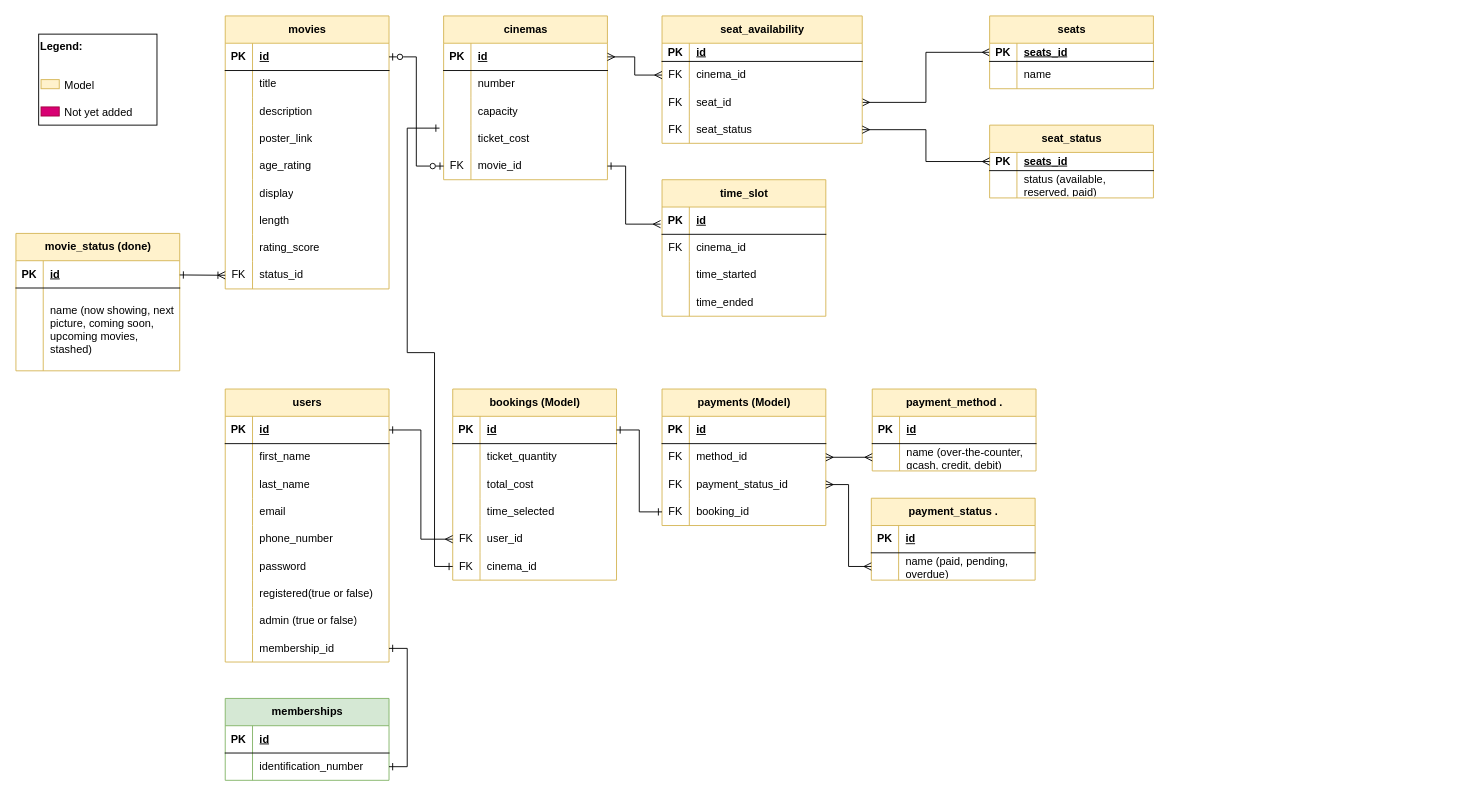
The draw.io diagram page "Page-2" (2 of 2) of FLICKS.drawio in SammDumpingStation/FLICKS-Movie-Ticket-Booking-System, before the edit. Source tidied: cells renumbered, new cells numbered last; positions are measured from the earlier drawing's top-left corner, leaving out a move shared by most shapes. Both pictures are drawn from the tidied source at 91%, with x=0, y=0 at pixel (15, 15).
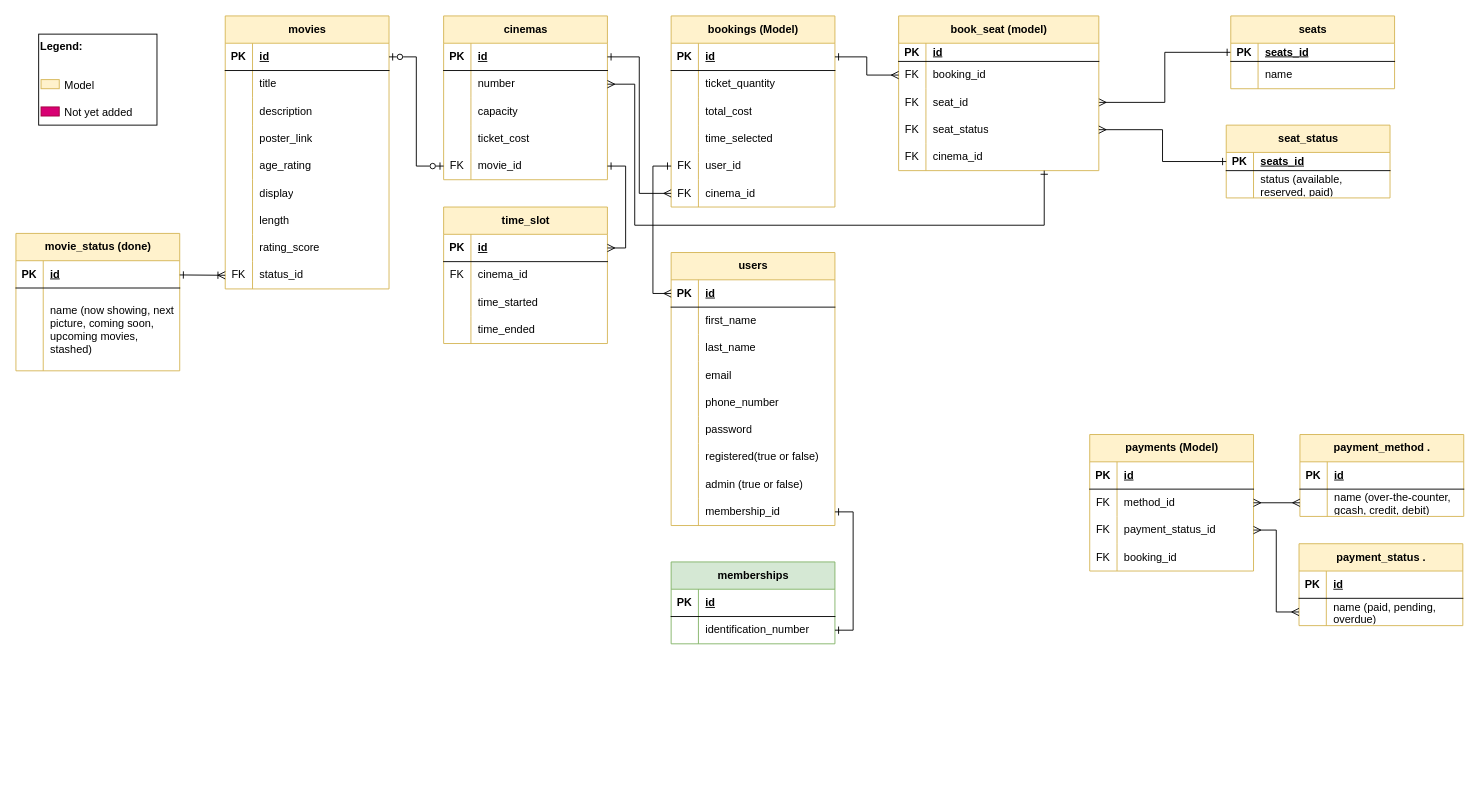
The same diagram, later.

Commit message:
Flicks ERD Revision

The change refers to these unchanged cells:
```xml
<mxCell id="31" style="shape=tableRow;horizontal=0;startSize=0;swimlaneHead=0;swimlaneBody=0;fillColor=none;points=[[0,0.5],[1,0.5]];portConstraint=eastwest;top=0;left=0;right=0;bottom=1;" parent="30" vertex="1">
  <mxGeometry y="30" width="180" height="30" as="geometry" />
</mxCell>
<mxCell id="55" style="shape=tableRow;horizontal=0;startSize=0;swimlaneHead=0;swimlaneBody=0;fillColor=none;points=[[0,0.5],[1,0.5]];portConstraint=eastwest;top=0;left=0;right=0;bottom=0;" parent="30" vertex="1">
  <mxGeometry y="270" width="180" height="30" as="geometry" />
</mxCell>
<mxCell id="68" style="shape=tableRow;horizontal=0;startSize=0;swimlaneHead=0;swimlaneBody=0;fillColor=none;points=[[0,0.5],[1,0.5]];portConstraint=eastwest;top=0;left=0;right=0;bottom=0;" parent="58" vertex="1">
  <mxGeometry y="120" width="180" height="30" as="geometry" />
</mxCell>
<mxCell id="72" style="shape=tableRow;horizontal=0;startSize=0;swimlaneHead=0;swimlaneBody=0;fillColor=none;points=[[0,0.5],[1,0.5]];portConstraint=eastwest;top=0;left=0;right=0;bottom=1;" parent="71" vertex="1">
  <mxGeometry y="30" width="180" height="30" as="geometry" />
</mxCell>
<mxCell id="75" style="shape=tableRow;horizontal=0;startSize=0;swimlaneHead=0;swimlaneBody=0;fillColor=none;points=[[0,0.5],[1,0.5]];portConstraint=eastwest;top=0;left=0;right=0;bottom=0;" parent="71" vertex="1">
  <mxGeometry y="60" width="180" height="30" as="geometry" />
</mxCell>
<mxCell id="81" style="shape=tableRow;horizontal=0;startSize=0;swimlaneHead=0;swimlaneBody=0;fillColor=none;points=[[0,0.5],[1,0.5]];portConstraint=eastwest;top=0;left=0;right=0;bottom=0;" parent="71" vertex="1">
  <mxGeometry y="120" width="180" height="30" as="geometry" />
</mxCell>
<mxCell id="84" style="shape=tableRow;horizontal=0;startSize=0;swimlaneHead=0;swimlaneBody=0;fillColor=none;points=[[0,0.5],[1,0.5]];portConstraint=eastwest;top=0;left=0;right=0;bottom=0;" parent="71" vertex="1">
  <mxGeometry y="150" width="180" height="30" as="geometry" />
</mxCell>
<mxCell id="88" style="shape=tableRow;horizontal=0;startSize=0;swimlaneHead=0;swimlaneBody=0;fillColor=none;points=[[0,0.5],[1,0.5]];portConstraint=eastwest;top=0;left=0;right=0;bottom=1;" parent="87" vertex="1">
  <mxGeometry y="30" width="180" height="30" as="geometry" />
</mxCell>
<mxCell id="100" style="shape=tableRow;horizontal=0;startSize=0;swimlaneHead=0;swimlaneBody=0;fillColor=none;points=[[0,0.5],[1,0.5]];portConstraint=eastwest;top=0;left=0;right=0;bottom=0;" parent="87" vertex="1">
  <mxGeometry y="150" width="180" height="30" as="geometry" />
</mxCell>
<mxCell id="103" style="shape=tableRow;horizontal=0;startSize=0;swimlaneHead=0;swimlaneBody=0;fillColor=none;points=[[0,0.5],[1,0.5]];portConstraint=eastwest;top=0;left=0;right=0;bottom=0;" parent="87" vertex="1">
  <mxGeometry y="180" width="180" height="30" as="geometry" />
</mxCell>
<mxCell id="125" style="shape=tableRow;horizontal=0;startSize=0;swimlaneHead=0;swimlaneBody=0;fillColor=none;points=[[0,0.5],[1,0.5]];portConstraint=eastwest;top=0;left=0;right=0;bottom=0;" parent="121" vertex="1">
  <mxGeometry y="60" width="180" height="30" as="geometry" />
</mxCell>
<mxCell id="143" style="shape=tableRow;horizontal=0;startSize=0;swimlaneHead=0;swimlaneBody=0;fillColor=none;points=[[0,0.5],[1,0.5]];portConstraint=eastwest;top=0;left=0;right=0;bottom=1;" parent="142" vertex="1">
  <mxGeometry y="30" width="180" height="30" as="geometry" />
</mxCell>
<mxCell id="159" style="shape=tableRow;horizontal=0;startSize=0;swimlaneHead=0;swimlaneBody=0;fillColor=none;points=[[0,0.5],[1,0.5]];portConstraint=eastwest;top=0;left=0;right=0;bottom=0;" parent="155" vertex="1">
  <mxGeometry y="50" width="220" height="30" as="geometry" />
</mxCell>
<mxCell id="162" style="shape=tableRow;horizontal=0;startSize=0;swimlaneHead=0;swimlaneBody=0;fillColor=none;points=[[0,0.5],[1,0.5]];portConstraint=eastwest;top=0;left=0;right=0;bottom=0;" parent="155" vertex="1">
  <mxGeometry y="80" width="220" height="30" as="geometry" />
</mxCell>
<mxCell id="165" style="shape=tableRow;horizontal=0;startSize=0;swimlaneHead=0;swimlaneBody=0;fillColor=none;points=[[0,0.5],[1,0.5]];portConstraint=eastwest;top=0;left=0;right=0;bottom=0;" parent="155" vertex="1">
  <mxGeometry y="110" width="220" height="30" as="geometry" />
</mxCell>
<mxCell id="169" style="shape=tableRow;horizontal=0;startSize=0;swimlaneHead=0;swimlaneBody=0;fillColor=none;points=[[0,0.5],[1,0.5]];portConstraint=eastwest;top=0;left=0;right=0;bottom=1;" parent="168" vertex="1">
  <mxGeometry y="30" width="180" height="20" as="geometry" />
</mxCell>
```

The edit, as a diff of the source:
```diff
@@
     <mxCell id="30" value="users" style="shape=table;startSize=30;childLayout=tableLayout;rowLines=0;fontStyle=1;align=center;html=1;fillColor=#fff2cc;strokeColor=#d6b656;" parent="1" vertex="1">
-      <mxGeometry x="230" y="410" width="180" height="300" as="geometry" />
+      <mxGeometry x="720" y="260" width="180" height="300" as="geometry" />
     </mxCell>
@@
     <mxCell id="58" value="payments (Model)" style="shape=table;startSize=30;childLayout=tableLayout;rowLines=0;fontStyle=1;align=center;html=1;fillColor=#fff2cc;strokeColor=#d6b656;" parent="1" vertex="1">
-      <mxGeometry x="710" y="410" width="180" height="150" as="geometry" />
+      <mxGeometry x="1180" y="460" width="180" height="150" as="geometry" />
     </mxCell>
@@
     <mxCell id="87" value="bookings (Model)" style="shape=table;startSize=30;childLayout=tableLayout;rowLines=0;fontStyle=1;align=center;html=1;fillColor=#fff2cc;strokeColor=#d6b656;" parent="1" vertex="1">
-      <mxGeometry x="480" y="410" width="180" height="210" as="geometry" />
+      <mxGeometry x="720" width="180" height="210" as="geometry" />
     </mxCell>
@@
-    <mxCell id="106" style="edgeStyle=orthogonalEdgeStyle;rounded=0;jettySize=auto;html=1;entryX=1;entryY=0.5;entryDx=0;entryDy=0;endArrow=ERmany;endFill=0;startArrow=ERmany;startFill=0;" parent="1" edge="1" source="107" target="162">
+    <mxCell id="106" style="edgeStyle=orthogonalEdgeStyle;rounded=0;jettySize=auto;html=1;entryX=1;entryY=0.5;entryDx=0;entryDy=0;endArrow=ERmany;endFill=0;startArrow=ERone;startFill=0;" parent="1" edge="1" source="107" target="162">
       <mxGeometry relative="1" as="geometry" />
     </mxCell>
     <mxCell id="107" value="seats" style="shape=table;startSize=30;childLayout=tableLayout;rowLines=0;fontStyle=1;align=center;html=1;fillColor=#fff2cc;strokeColor=#d6b656;" parent="1" vertex="1">
-      <mxGeometry x="1070" width="180" height="80" as="geometry" />
+      <mxGeometry x="1335" width="180" height="80" as="geometry" />
     </mxCell>
@@
     <mxCell id="121" value="memberships" style="shape=table;startSize=30;childLayout=tableLayout;rowLines=0;fontStyle=1;align=center;html=1;fillColor=#d5e8d4;strokeColor=#82b366;" parent="1" vertex="1">
-      <mxGeometry x="230" y="750" width="180" height="90" as="geometry" />
+      <mxGeometry x="720" y="600" width="180" height="90" as="geometry" />
     </mxCell>
@@
     <mxCell id="128" value="payment_status ." style="shape=table;startSize=30;childLayout=tableLayout;rowLines=0;fontStyle=1;align=center;html=1;fillColor=#fff2cc;strokeColor=#d6b656;" parent="1" vertex="1">
-      <mxGeometry x="940" y="530" width="180" height="90" as="geometry" />
+      <mxGeometry x="1410" y="580" width="180" height="90" as="geometry" />
     </mxCell>
@@
     <mxCell id="135" value="payment_method ." style="shape=table;startSize=30;childLayout=tableLayout;rowLines=0;fontStyle=1;align=center;html=1;fillColor=#fff2cc;strokeColor=#d6b656;" parent="1" vertex="1">
-      <mxGeometry x="941" y="410" width="180" height="90" as="geometry" />
+      <mxGeometry x="1411" y="460" width="180" height="90" as="geometry" />
     </mxCell>
@@
     <mxCell id="142" value="time_slot" style="shape=table;startSize=30;childLayout=tableLayout;rowLines=0;fontStyle=1;align=center;html=1;fillColor=#fff2cc;strokeColor=#d6b656;" parent="1" vertex="1">
-      <mxGeometry x="710" y="180" width="180" height="150" as="geometry" />
+      <mxGeometry x="470" y="210" width="180" height="150" as="geometry" />
     </mxCell>
@@
-    <mxCell id="155" value="seat_availability" style="shape=table;startSize=30;childLayout=tableLayout;rowLines=0;fontStyle=1;align=center;html=1;fillColor=#fff2cc;strokeColor=#d6b656;" parent="1" vertex="1">
-      <mxGeometry x="710" width="220" height="140" as="geometry" />
+    <mxCell id="155" value="book_seat (model)" style="shape=table;startSize=30;childLayout=tableLayout;rowLines=0;fontStyle=1;align=center;html=1;fillColor=#fff2cc;strokeColor=#d6b656;" parent="1" vertex="1">
+      <mxGeometry x="970" width="220" height="170" as="geometry" />
     </mxCell>
@@
-    <mxCell id="161" value="cinema_id" style="shape=partialRectangle;fillColor=none;top=0;left=0;bottom=0;right=0;align=left;spacingLeft=6;overflow=hidden;whiteSpace=wrap;html=1;" parent="159" vertex="1">
+    <mxCell id="161" value="booking_id" style="shape=partialRectangle;fillColor=none;top=0;left=0;bottom=0;right=0;align=left;spacingLeft=6;overflow=hidden;whiteSpace=wrap;html=1;" parent="159" vertex="1">
       <mxGeometry x="30" width="190" height="30" as="geometry" />
     </mxCell>
@@
+    <mxCell id="191" style="shape=tableRow;horizontal=0;startSize=0;swimlaneHead=0;swimlaneBody=0;fillColor=none;points=[[0,0.5],[1,0.5]];portConstraint=eastwest;top=0;left=0;right=0;bottom=0;" parent="155" vertex="1">
+      <mxGeometry y="140" width="220" height="30" as="geometry" />
+    </mxCell>
+    <mxCell id="192" value="FK" style="shape=partialRectangle;fillColor=none;top=0;left=0;bottom=0;right=0;overflow=hidden;whiteSpace=wrap;html=1;" parent="191" vertex="1">
+      <mxGeometry width="30" height="30" as="geometry" />
+    </mxCell>
+    <mxCell id="193" value="cinema_id" style="shape=partialRectangle;fillColor=none;top=0;left=0;bottom=0;right=0;align=left;spacingLeft=6;overflow=hidden;whiteSpace=wrap;html=1;" parent="191" vertex="1">
+      <mxGeometry x="30" width="190" height="30" as="geometry" />
+    </mxCell>
     <mxCell id="168" value="seat_status" style="shape=table;startSize=30;childLayout=tableLayout;rowLines=0;fontStyle=1;align=center;html=1;fillColor=#fff2cc;strokeColor=#d6b656;" parent="1" vertex="1">
-      <mxGeometry x="1070" y="120" width="180" height="80" as="geometry" />
+      <mxGeometry x="1330" y="120" width="180" height="80" as="geometry" />
     </mxCell>
@@
-    <mxCell id="177" style="edgeStyle=orthogonalEdgeStyle;rounded=0;jettySize=auto;html=1;entryX=0;entryY=0.5;entryDx=0;entryDy=0;endArrow=ERmany;endFill=0;startArrow=ERmany;startFill=0;" parent="1" edge="1" source="72" target="159">
-      <mxGeometry relative="1" as="geometry" />
-    </mxCell>
@@
-    <mxCell id="179" style="edgeStyle=orthogonalEdgeStyle;rounded=0;jettySize=auto;html=1;entryX=1;entryY=0.5;entryDx=0;entryDy=0;startArrow=ERmany;startFill=0;endArrow=ERmany;endFill=0;" parent="1" edge="1" source="169" target="165">
+    <mxCell id="179" style="edgeStyle=orthogonalEdgeStyle;rounded=0;jettySize=auto;html=1;entryX=1;entryY=0.5;entryDx=0;entryDy=0;startArrow=ERone;startFill=0;endArrow=ERmany;endFill=0;" parent="1" edge="1" source="169" target="165">
       <mxGeometry relative="1" as="geometry" />
     </mxCell>
     <mxCell id="180" style="edgeStyle=orthogonalEdgeStyle;rounded=0;jettySize=auto;html=1;entryX=1;entryY=0.5;entryDx=0;entryDy=0;startArrow=ERone;startFill=0;endArrow=ERone;endFill=0;" parent="1" edge="1" source="125" target="55">
       <mxGeometry relative="1" as="geometry">
         <Array as="points">
-          <mxPoint x="430" y="825" />
-          <mxPoint x="430" y="695" />
+          <mxPoint x="920" y="675" />
+          <mxPoint x="920" y="545" />
         </Array>
       </mxGeometry>
     </mxCell>
-    <mxCell id="181" style="edgeStyle=orthogonalEdgeStyle;rounded=0;jettySize=auto;html=1;entryX=0;entryY=0.5;entryDx=0;entryDy=0;endArrow=ERmany;endFill=0;startArrow=ERone;startFill=0;" parent="1" edge="1" source="31" target="100">
-      <mxGeometry relative="1" as="geometry" />
-    </mxCell>
-    <mxCell id="182" style="edgeStyle=orthogonalEdgeStyle;rounded=0;jettySize=auto;html=1;entryX=1;entryY=0.5;entryDx=0;entryDy=0;endArrow=ERone;endFill=0;startArrow=ERone;startFill=0;" parent="1" edge="1" source="68" target="88">
-      <mxGeometry relative="1" as="geometry" />
-    </mxCell>
@@
-    <mxCell id="185" style="edgeStyle=orthogonalEdgeStyle;rounded=0;jettySize=auto;html=1;entryX=-0.025;entryY=0.11;entryDx=0;entryDy=0;entryPerimeter=0;endArrow=ERone;endFill=0;startArrow=ERone;startFill=0;" parent="1" edge="1" source="103" target="81">
-      <mxGeometry relative="1" as="geometry">
-        <Array as="points">
-          <mxPoint x="460" y="605" />
-          <mxPoint x="460" y="370" />
-          <mxPoint x="430" y="370" />
-          <mxPoint x="430" y="123" />
-        </Array>
-      </mxGeometry>
-    </mxCell>
@@
-    <mxCell id="190" style="edgeStyle=orthogonalEdgeStyle;rounded=0;jettySize=auto;html=1;entryX=-0.009;entryY=0.627;entryDx=0;entryDy=0;endArrow=ERmany;endFill=0;startArrow=ERone;startFill=0;exitX=1;exitY=0.5;exitDx=0;exitDy=0;entryPerimeter=0;" parent="1" edge="1" source="84" target="143">
+    <mxCell id="190" style="edgeStyle=orthogonalEdgeStyle;rounded=0;jettySize=auto;html=1;entryX=1;entryY=0.5;entryDx=0;entryDy=0;endArrow=ERmany;endFill=0;startArrow=ERone;startFill=0;exitX=1;exitY=0.5;exitDx=0;exitDy=0;" parent="1" edge="1" source="84" target="143">
       <mxGeometry relative="1" as="geometry">
         <Array as="points">
           <mxPoint x="670" y="165" />
-          <mxPoint x="670" y="229" />
+          <mxPoint x="670" y="255" />
         </Array>
       </mxGeometry>
     </mxCell>
+    <mxCell id="194" style="edgeStyle=orthogonalEdgeStyle;rounded=0;jettySize=auto;html=1;entryX=0;entryY=0.5;entryDx=0;entryDy=0;startArrow=ERone;startFill=0;endArrow=ERmany;endFill=0;" parent="1" edge="1" source="72" target="103">
+      <mxGeometry relative="1" as="geometry" />
+    </mxCell>
+    <mxCell id="195" style="edgeStyle=orthogonalEdgeStyle;rounded=0;jettySize=auto;html=1;entryX=0;entryY=0.5;entryDx=0;entryDy=0;startArrow=ERone;startFill=0;endArrow=ERmany;endFill=0;" parent="1" edge="1" source="100" target="31">
+      <mxGeometry relative="1" as="geometry" />
+    </mxCell>
+    <mxCell id="196" style="edgeStyle=orthogonalEdgeStyle;rounded=0;jettySize=auto;html=1;entryX=1;entryY=0.5;entryDx=0;entryDy=0;startArrow=ERmany;startFill=0;endArrow=ERone;endFill=0;" parent="1" edge="1" source="159" target="88">
+      <mxGeometry relative="1" as="geometry" />
+    </mxCell>
+    <mxCell id="197" style="edgeStyle=orthogonalEdgeStyle;rounded=0;jettySize=auto;html=1;entryX=1;entryY=0.5;entryDx=0;entryDy=0;startArrow=ERone;startFill=0;endArrow=ERmany;endFill=0;" parent="1" edge="1" source="191" target="75">
+      <mxGeometry relative="1" as="geometry">
+        <Array as="points">
+          <mxPoint x="1130" y="230" />
+          <mxPoint x="680" y="230" />
+          <mxPoint x="680" y="75" />
+        </Array>
+      </mxGeometry>
+    </mxCell>
```
